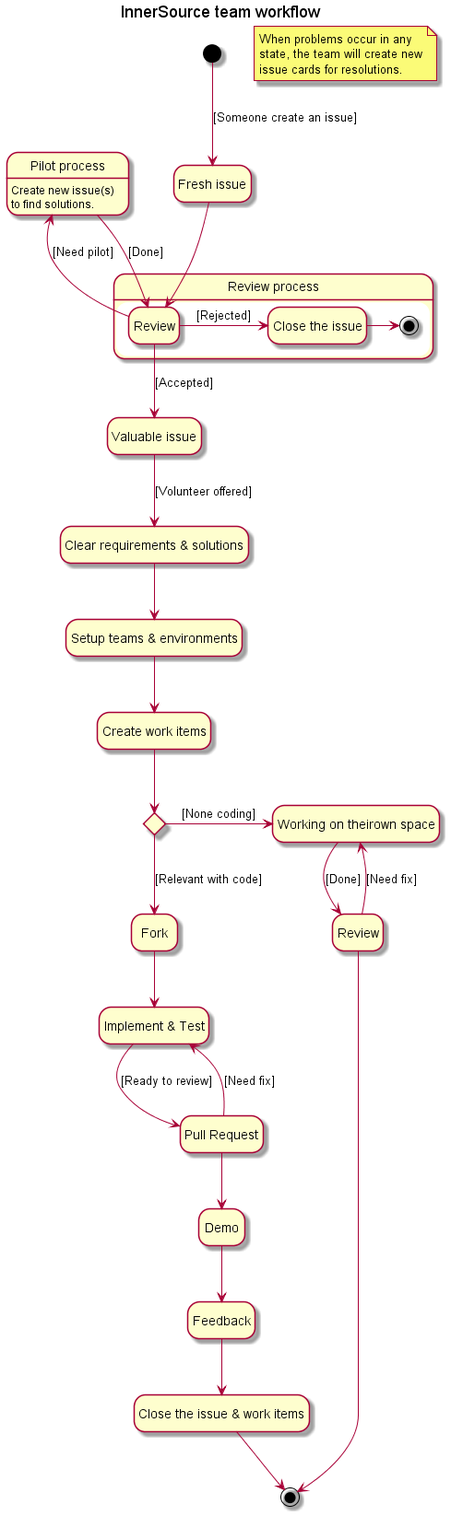
Before: Diagrams/InnerSource team workflow.png, a diagram exported from PlantUML (Sakul/InnerSource). Source of this version:
```plantuml
@startuml
title InnerSource team workflow
hide empty description

note "When problems occur in any\nstate, the team will create new\nissue cards for resolutions." as note

state "Fresh issue" as issue1
[*] --> issue1: [Someone create an issue]

state "Review process" as reviewgroup {
	state "Review" as review
	state "Close the issue" as close
	review -right-> close: [Rejected]
	close -right-> [*]
}

state "Pilot process" as fixgroup {
	fixgroup: Create new issue(s)\nto find solutions.
}

review -left-> fixgroup: [Need pilot]
fixgroup --> review: [Done]
issue1 --> review
state "Valuable issue" as issue2
review --> issue2: [Accepted]
state "Clear requirements & solutions" as clear
issue2 --> clear: [Volunteer offered]
state "Setup teams & environments" as setup
clear --> setup
state "Create work items" as workitem
setup --> workitem
state c <<choice>>
workitem --> c

state "Working on theirown space" as working
c -right-> working: [None coding]
working --> Review: [Done]
Review --> working: [Need fix]
Review --> [*]

c --> Fork: [Relevant with code]
state "Implement & Test" as imp
state "Pull Request" as pr
Fork --> imp
imp --> pr: [Ready to review]
pr --> imp: [Need fix]
pr --> Demo
Demo --> Feedback
state "Close the issue & work items" as close2
Feedback --> close2
close2 --> [*]


@enduml
```
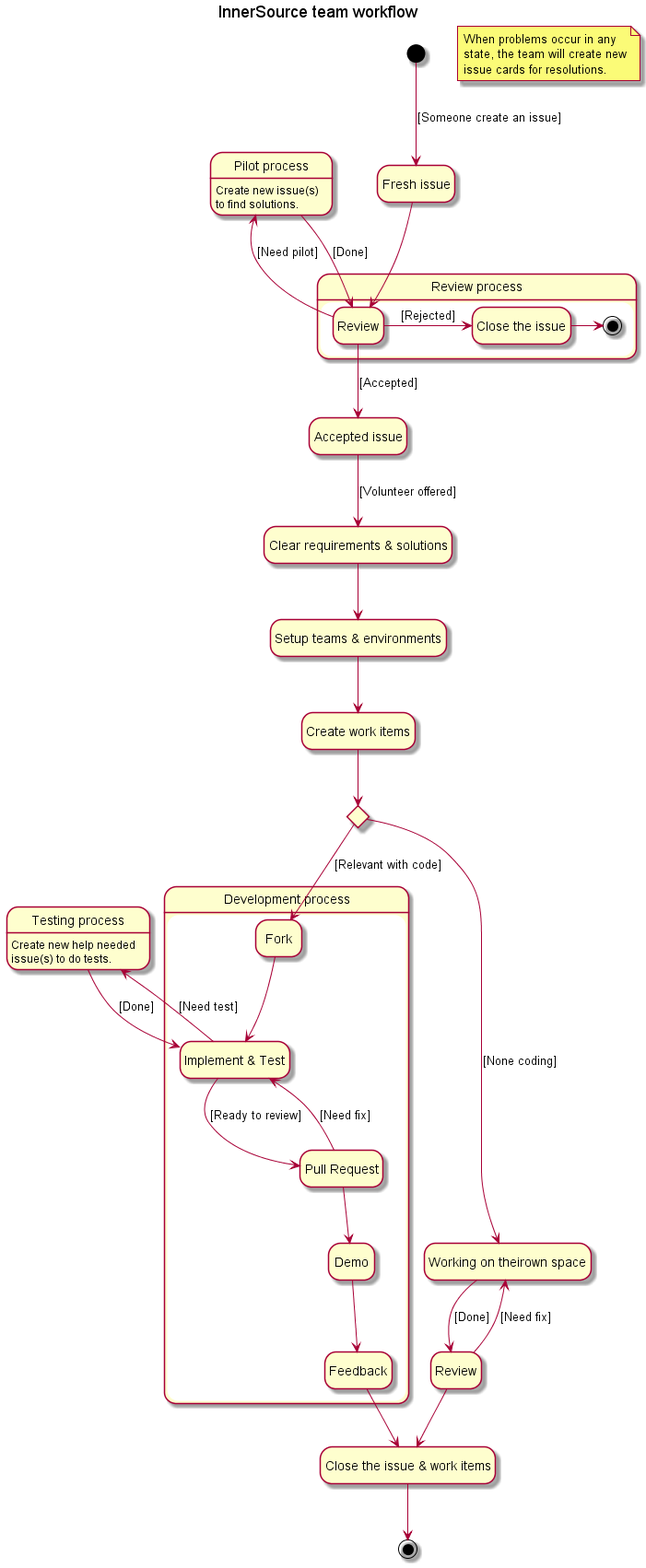
After the commit.

What changed in the source:
```diff
@@ -21,7 +21,7 @@
 review -left-> fixgroup: [Need pilot]
 fixgroup --> review: [Done]
 issue1 --> review
-state "Valuable issue" as issue2
+state "Accepted issue" as issue2
 review --> issue2: [Accepted]
 state "Clear requirements & solutions" as clear
 issue2 --> clear: [Volunteer offered]
@@ -36,19 +36,27 @@
 c -right-> working: [None coding]
 working --> Review: [Done]
 Review --> working: [Need fix]
-Review --> [*]
+Review --> close2
 
-c --> Fork: [Relevant with code]
-state "Implement & Test" as imp
-state "Pull Request" as pr
-Fork --> imp
-imp --> pr: [Ready to review]
-pr --> imp: [Need fix]
-pr --> Demo
-Demo --> Feedback
+state "Development process" as devgroup {
+	c --> Fork: [Relevant with code]
+	state "Implement & Test" as imp
+	state "Pull Request" as pr
+	Fork --> imp
+	imp --> pr: [Ready to review]
+	pr --> imp: [Need fix]
+	pr --> Demo
+	Demo --> Feedback
+}
+
+state "Testing process" as testgroup {
+	testgroup: Create new help needed\nissue(s) to do tests.
+}
+imp -up-> testgroup: [Need test]
+testgroup -right-> imp: [Done]
+
 state "Close the issue & work items" as close2
 Feedback --> close2
 close2 --> [*]
 
-
 @enduml
```
